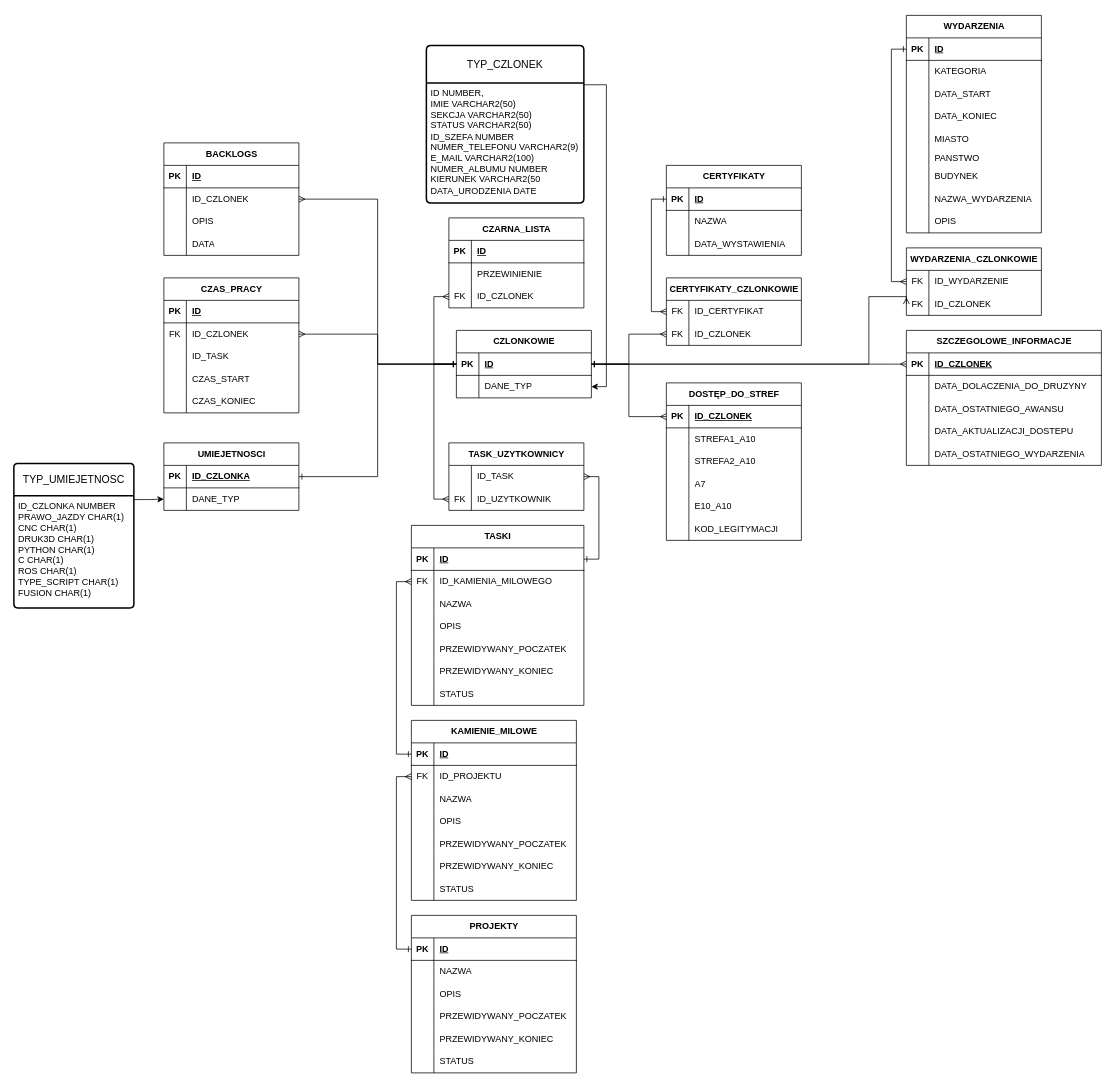
KacperJarosik/drow.io-scheme keeps this draw.io diagram as schemat_riobd.drawio. Above is the earlier version. Source tidied: cells renumbered, new cells numbered last; positions are measured from the earlier drawing's top-left corner, leaving out a move shared by most shapes. Both pictures are drawn from the tidied source at 75%, with x=0, y=0 at pixel (14, 15).
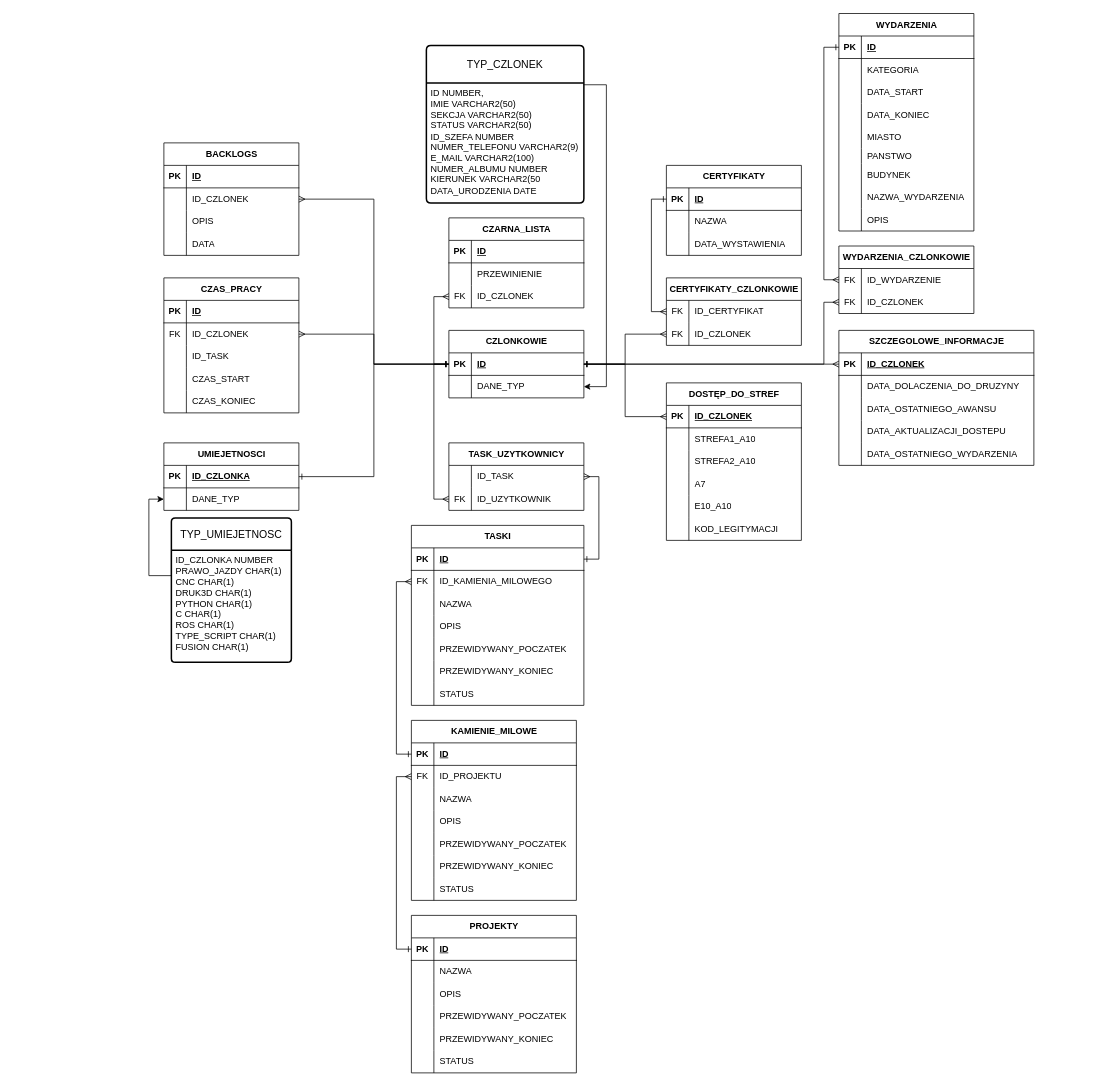
The same page after the edit.

Unchanged cells that the change refers to:
```xml
<mxCell id="39" style="shape=tableRow;horizontal=0;startSize=0;swimlaneHead=0;swimlaneBody=0;fillColor=none;points=[[0,0.5],[1,0.5]];portConstraint=eastwest;top=0;left=0;right=0;bottom=0;" parent="32" vertex="1">
  <mxGeometry y="90" width="180" height="30" as="geometry" />
</mxCell>
<mxCell id="59" style="shape=tableRow;horizontal=0;startSize=0;swimlaneHead=0;swimlaneBody=0;fillColor=none;points=[[0,0.5],[1,0.5]];portConstraint=eastwest;top=0;left=0;right=0;bottom=1;" parent="58" vertex="1">
  <mxGeometry y="30" width="180" height="30" as="geometry" />
</mxCell>
<mxCell id="62" style="shape=tableRow;horizontal=0;startSize=0;swimlaneHead=0;swimlaneBody=0;fillColor=none;points=[[0,0.5],[1,0.5]];portConstraint=eastwest;top=0;left=0;right=0;bottom=0;" parent="58" vertex="1">
  <mxGeometry y="60" width="180" height="30" as="geometry" />
</mxCell>
<mxCell id="107" style="shape=tableRow;horizontal=0;startSize=0;swimlaneHead=0;swimlaneBody=0;fillColor=none;points=[[0,0.5],[1,0.5]];portConstraint=eastwest;top=0;left=0;right=0;bottom=1;" parent="106" vertex="1">
  <mxGeometry y="30" width="260" height="30" as="geometry" />
</mxCell>
<mxCell id="155" style="shape=tableRow;horizontal=0;startSize=0;swimlaneHead=0;swimlaneBody=0;fillColor=none;points=[[0,0.5],[1,0.5]];portConstraint=eastwest;top=0;left=0;right=0;bottom=0;" parent="151" vertex="1">
  <mxGeometry y="60" width="180" height="30" as="geometry" />
</mxCell>
<mxCell id="190" style="shape=tableRow;horizontal=0;startSize=0;swimlaneHead=0;swimlaneBody=0;fillColor=none;points=[[0,0.5],[1,0.5]];portConstraint=eastwest;top=0;left=0;right=0;bottom=0;" parent="186" vertex="1">
  <mxGeometry y="60" width="180" height="30" as="geometry" />
</mxCell>
<mxCell id="228" value="ID_CZLONKA NUMBER&lt;div&gt;PRAWO_JAZDY CHAR(1)&lt;/div&gt;&lt;div&gt;CNC CHAR(1)&lt;/div&gt;&lt;div&gt;DRUK3D CHAR(1)&lt;/div&gt;&lt;div&gt;PYTHON CHAR(1)&lt;/div&gt;&lt;div&gt;C CHAR(1)&lt;/div&gt;&lt;div&gt;ROS CHAR(1)&lt;/div&gt;&lt;div&gt;TYPE_SCRIPT CHAR(1)&lt;/div&gt;&lt;div&gt;FUSION CHAR(1)&lt;/div&gt;" style="align=left;strokeColor=none;fillColor=none;spacingLeft=4;fontSize=12;verticalAlign=top;html=1;" parent="227" vertex="1">
  <mxGeometry y="43" width="160" height="149.5" as="geometry" />
</mxCell>
<mxCell id="230" value="TYP_CZLONEK" style="swimlane;horizontal=1;startSize=50;rounded=1;fontSize=14;fontStyle=0;strokeWidth=2;shadow=0;dashed=0;align=center;arcSize=4;whiteSpace=wrap;html=1;" parent="1" vertex="1">
  <mxGeometry x="550" y="40" width="210" height="210" as="geometry" />
</mxCell>
```

The edit, as a diff of the source:
```diff
@@
     <mxCell id="58" value="CZLONKOWIE" style="shape=table;startSize=30;childLayout=tableLayout;rowLines=0;fontStyle=1;align=center;html=1;" parent="1" vertex="1">
-      <mxGeometry x="590" y="420" width="180" height="90" as="geometry" />
+      <mxGeometry x="580" y="420" width="180" height="90" as="geometry" />
     </mxCell>
@@
     <mxCell id="106" value="SZCZEGOLOWE_INFORMACJE" style="shape=table;startSize=30;childLayout=tableLayout;rowLines=0;fontStyle=1;align=center;html=1;" parent="1" vertex="1">
-      <mxGeometry x="1190" y="420" width="260" height="180" as="geometry" />
+      <mxGeometry x="1100" y="420" width="260" height="180" as="geometry" />
     </mxCell>
@@
     <mxCell id="158" value="WYDARZENIA" style="shape=table;startSize=30;childLayout=tableLayout;rowLines=0;fontStyle=1;align=center;html=1;" parent="1" vertex="1">
-      <mxGeometry x="1190" width="180" height="290" as="geometry" />
+      <mxGeometry x="1100" y="-2.5" width="180" height="290" as="geometry" />
     </mxCell>
@@
     <mxCell id="186" value="WYDARZENIA_CZLONKOWIE" style="shape=table;startSize=30;childLayout=tableLayout;rowLines=0;fontStyle=1;align=center;html=1;" parent="1" vertex="1">
-      <mxGeometry x="1190" y="310" width="180" height="90" as="geometry" />
+      <mxGeometry x="1100" y="307.5" width="180" height="90" as="geometry" />
     </mxCell>
@@
-    <mxCell id="212" style="edgeStyle=orthogonalEdgeStyle;rounded=0;jettySize=auto;html=1;exitX=0;exitY=0.5;exitDx=0;exitDy=0;startArrow=ERmany;startFill=0;endArrow=ERone;endFill=0;" parent="1" edge="1" source="39" target="59">
-      <mxGeometry relative="1" as="geometry" />
-    </mxCell>
@@
-    <mxCell id="221" style="edgeStyle=orthogonalEdgeStyle;rounded=0;jettySize=auto;html=1;exitX=0;exitY=0.5;exitDx=0;exitDy=0;endArrow=ERone;endFill=0;startArrow=ERmany;startFill=0;" parent="1" edge="1" source="107" target="59">
-      <mxGeometry relative="1" as="geometry">
-        <Array as="points">
-          <mxPoint x="1170" y="465" />
-          <mxPoint x="1170" y="465" />
-        </Array>
-      </mxGeometry>
-    </mxCell>
@@
-    <mxCell id="223" style="edgeStyle=orthogonalEdgeStyle;rounded=0;jettySize=auto;html=1;exitX=0;exitY=0.5;exitDx=0;exitDy=0;endArrow=ERone;endFill=0;startArrow=ERmany;startFill=0;" parent="1" edge="1" source="190" target="59">
-      <mxGeometry relative="1" as="geometry">
-        <Array as="points">
-          <mxPoint x="1140" y="375" />
-          <mxPoint x="1140" y="465" />
-        </Array>
-      </mxGeometry>
-    </mxCell>
@@
-    <mxCell id="226" style="edgeStyle=orthogonalEdgeStyle;rounded=0;jettySize=auto;html=1;exitX=1;exitY=0.25;exitDx=0;exitDy=0;entryX=0;entryY=0.5;entryDx=0;entryDy=0;" parent="1" edge="1" source="227" target="155">
-      <mxGeometry relative="1" as="geometry" />
-    </mxCell>
     <mxCell id="227" value="TYP_UMIEJETNOSC" style="swimlane;horizontal=1;startSize=43;rounded=1;fontSize=14;fontStyle=0;strokeWidth=2;shadow=0;dashed=0;align=center;arcSize=4;whiteSpace=wrap;html=1;" parent="1" vertex="1">
-      <mxGeometry y="597.5" width="160" height="192.5" as="geometry" />
+      <mxGeometry x="210" y="670" width="160" height="192.5" as="geometry" />
     </mxCell>
@@
     <mxCell id="229" style="edgeStyle=orthogonalEdgeStyle;rounded=0;jettySize=auto;html=1;exitX=1;exitY=0.25;exitDx=0;exitDy=0;entryX=1;entryY=0.5;entryDx=0;entryDy=0;" parent="1" edge="1" source="230" target="62">
-      <mxGeometry relative="1" as="geometry" />
+      <mxGeometry relative="1" as="geometry">
+        <Array as="points">
+          <mxPoint x="790" y="93" />
+          <mxPoint x="790" y="495" />
+        </Array>
+      </mxGeometry>
     </mxCell>
@@
+    <mxCell id="221" style="edgeStyle=orthogonalEdgeStyle;rounded=0;jettySize=auto;html=1;exitX=0;exitY=0.5;exitDx=0;exitDy=0;endArrow=ERone;endFill=0;startArrow=ERmany;startFill=0;" parent="1" edge="1" source="107" target="59">
+      <mxGeometry relative="1" as="geometry" />
+    </mxCell>
+    <mxCell id="223" style="edgeStyle=orthogonalEdgeStyle;rounded=0;jettySize=auto;html=1;exitX=0;exitY=0.5;exitDx=0;exitDy=0;endArrow=ERone;endFill=0;startArrow=ERmany;startFill=0;" parent="1" edge="1" source="190" target="59">
+      <mxGeometry relative="1" as="geometry">
+        <Array as="points">
+          <mxPoint x="1080" y="383" />
+          <mxPoint x="1080" y="465" />
+        </Array>
+      </mxGeometry>
+    </mxCell>
+    <mxCell id="232" style="edgeStyle=orthogonalEdgeStyle;rounded=0;jettySize=auto;html=1;exitX=0;exitY=0;exitDx=0;exitDy=0;" parent="1" edge="1" source="228" target="155">
+      <mxGeometry relative="1" as="geometry">
+        <Array as="points">
+          <mxPoint x="180" y="747" />
+          <mxPoint x="180" y="645" />
+        </Array>
+      </mxGeometry>
+    </mxCell>
+    <mxCell id="233" style="edgeStyle=orthogonalEdgeStyle;rounded=0;jettySize=auto;html=1;exitX=0;exitY=0.5;exitDx=0;exitDy=0;entryX=0;entryY=0.5;entryDx=0;entryDy=0;endArrow=ERmany;endFill=0;startArrow=ERone;startFill=0;" parent="1" edge="1" source="59" target="39">
+      <mxGeometry relative="1" as="geometry" />
+    </mxCell>
```
